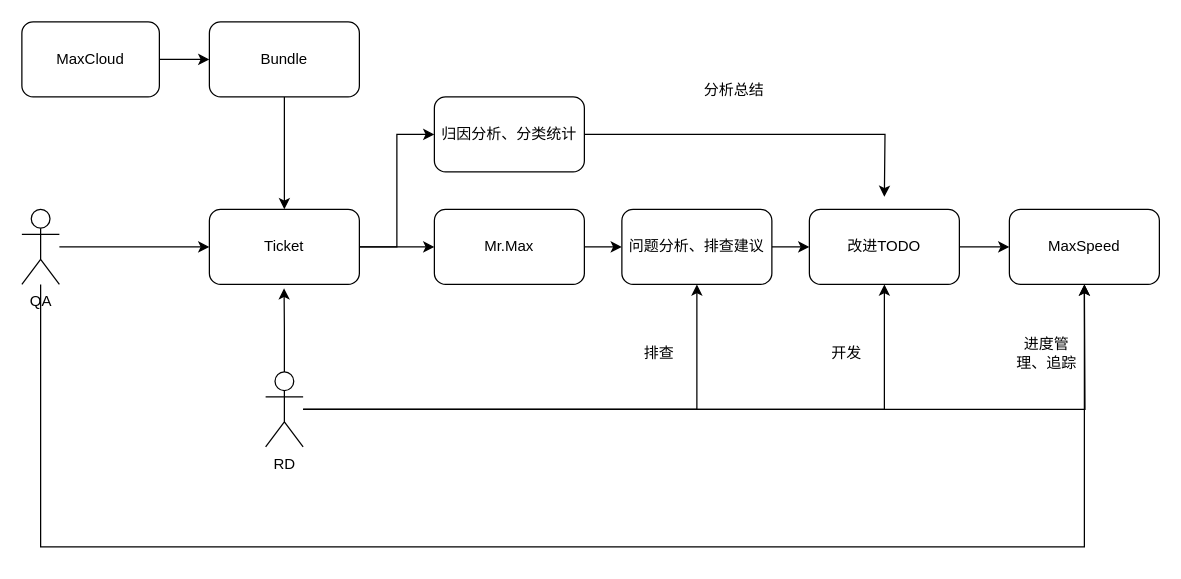
Before: Ticket.drawio in bzk1994/draw.io, a draw.io diagram. Source tidied: cells renumbered, new cells numbered last; positions are measured from the earlier drawing's top-left corner, leaving out a move shared by most shapes. Both pictures are drawn from the tidied source at 125%, with x=0, y=0 at pixel (21, 21).
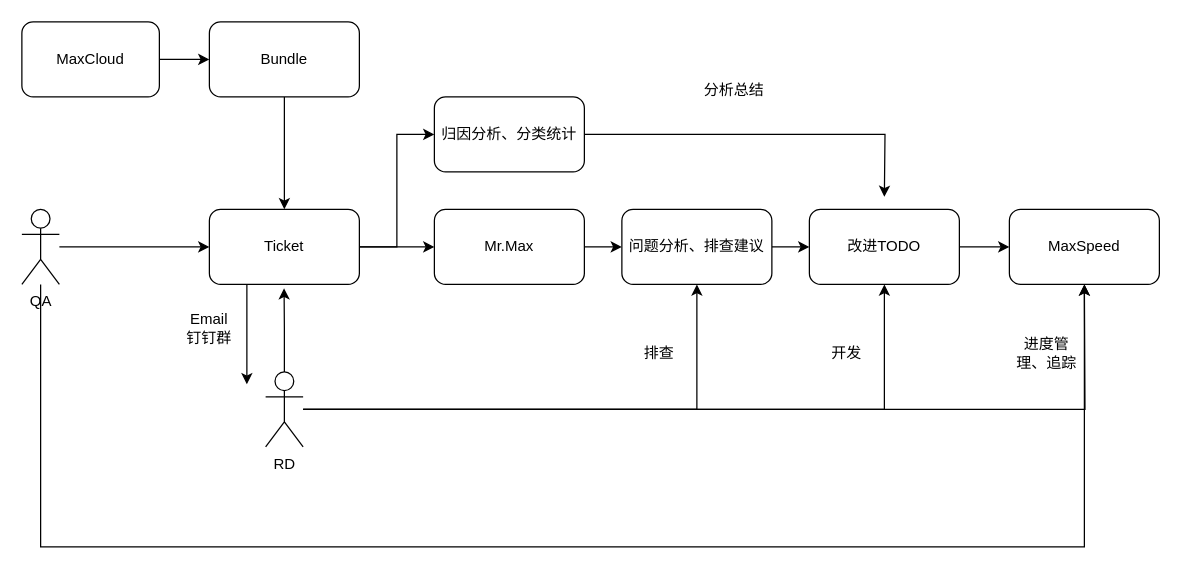
After the change.

The change refers to these unchanged cells:
```xml
<mxCell id="4" value="Ticket" style="rounded=1;whiteSpace=wrap;html=1;" parent="1" vertex="1">
  <mxGeometry x="150" y="150" width="120" height="60" as="geometry" />
</mxCell>
```

The edit, as a diff of the source:
```diff
@@
+    <mxCell id="30" style="edgeStyle=orthogonalEdgeStyle;rounded=0;jettySize=auto;html=1;exitX=0.25;exitY=1;exitDx=0;exitDy=0;" parent="1" edge="1" source="4">
+      <mxGeometry relative="1" as="geometry">
+        <mxPoint x="180" y="290" as="targetPoint" />
+      </mxGeometry>
+    </mxCell>
@@
+    <mxCell id="31" value="Email&lt;br&gt;钉钉群" style="text;html=1;align=center;verticalAlign=middle;whiteSpace=wrap;rounded=0;" parent="1" vertex="1">
+      <mxGeometry x="120" y="230" width="60" height="30" as="geometry" />
+    </mxCell>
```
